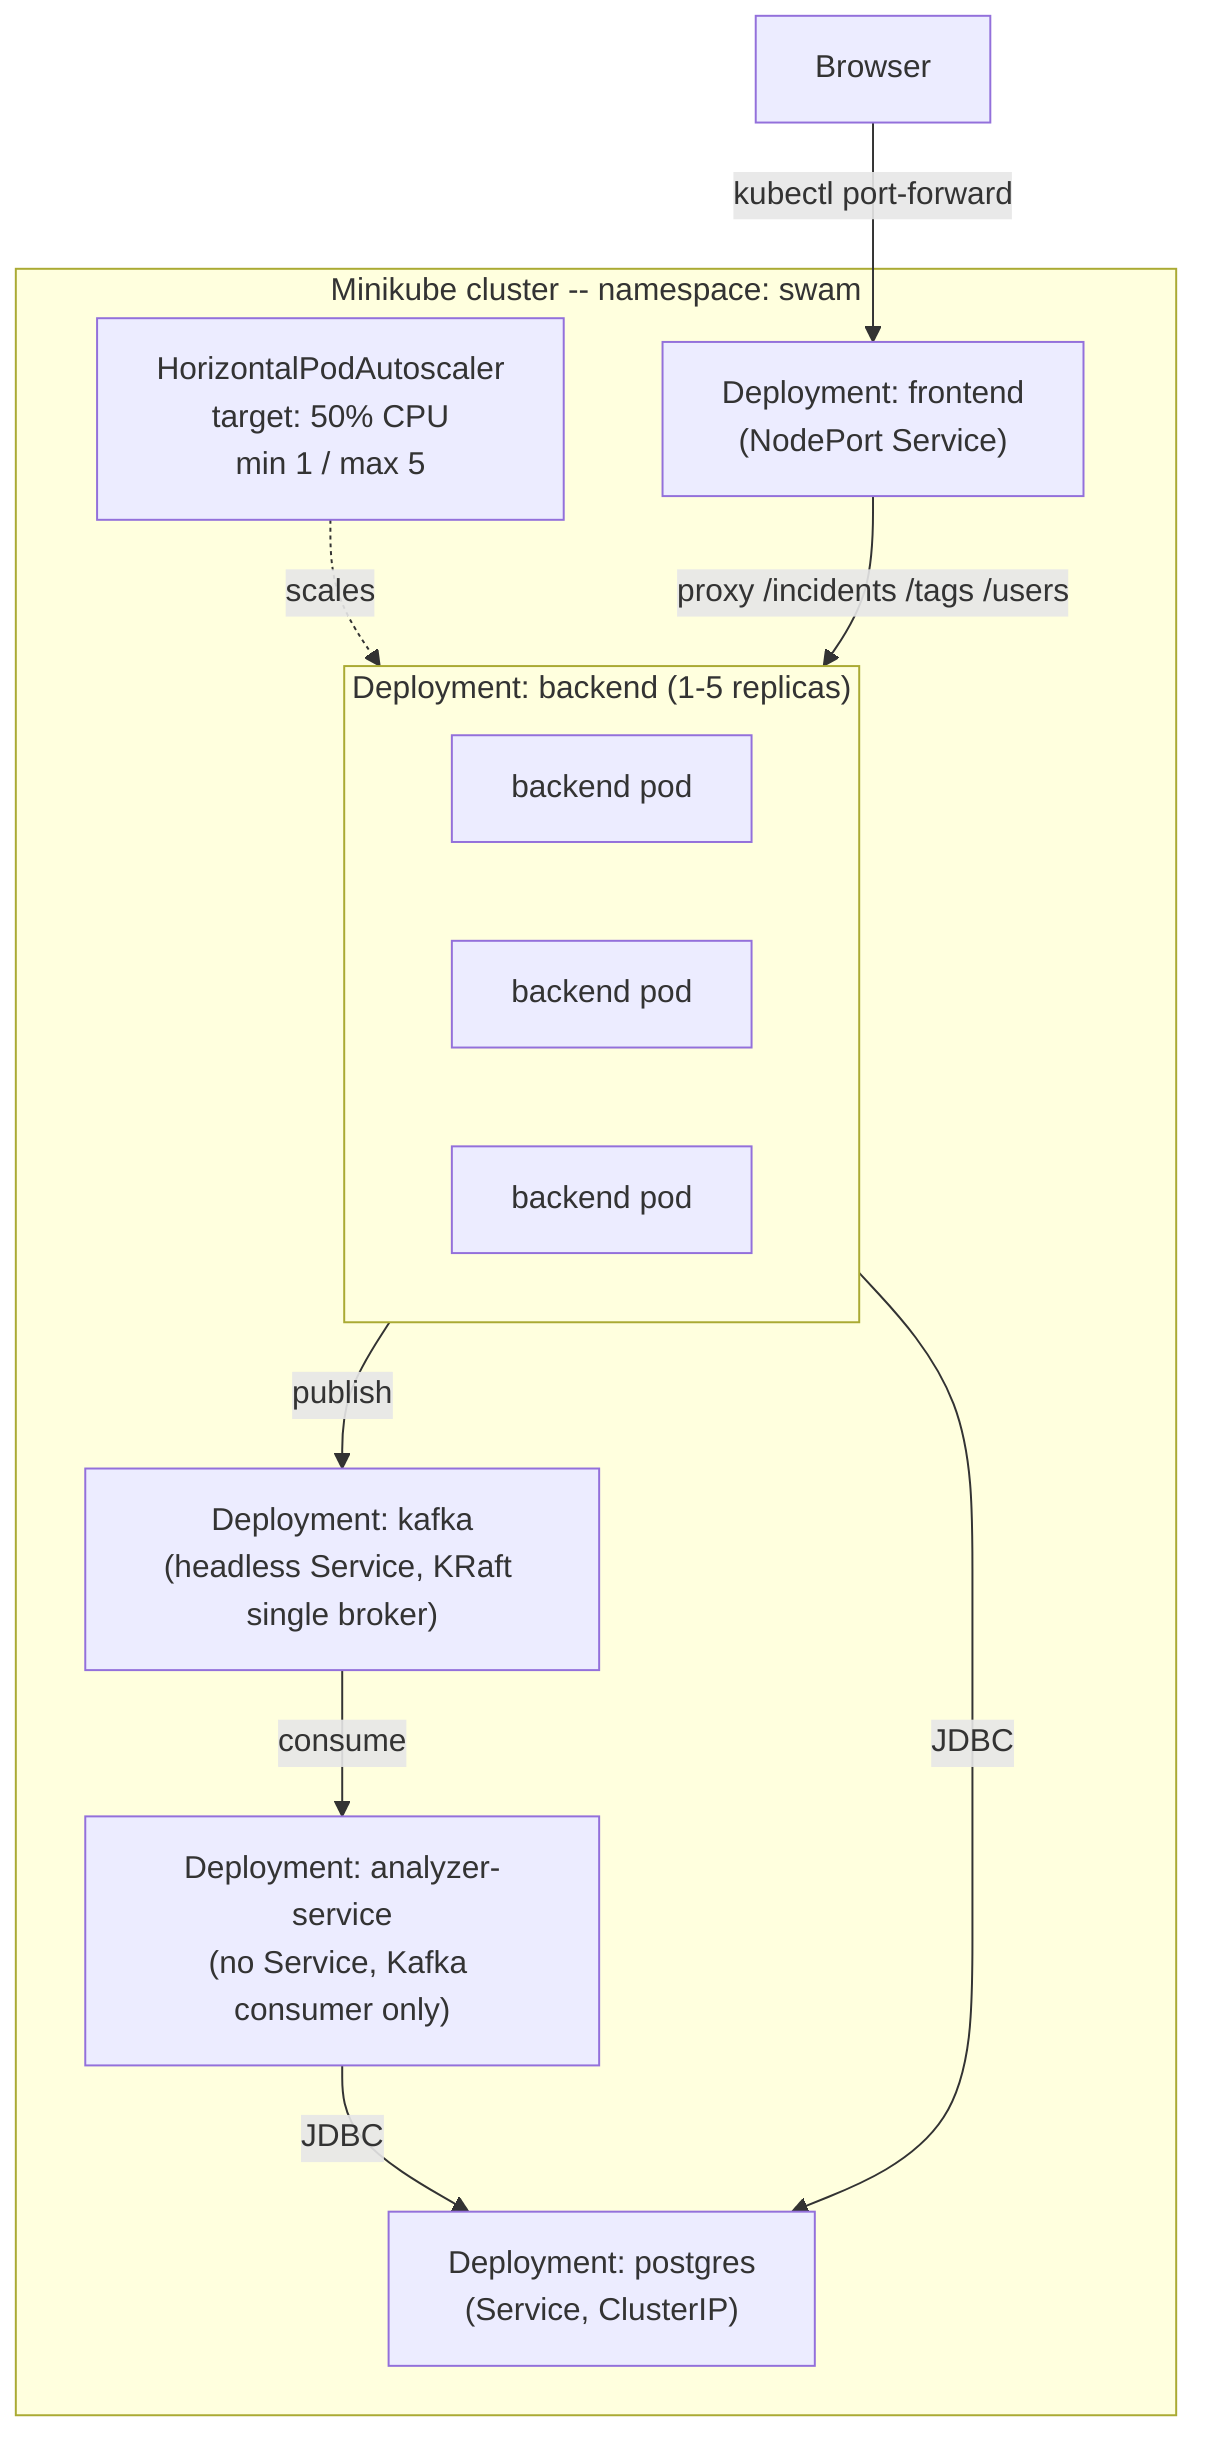
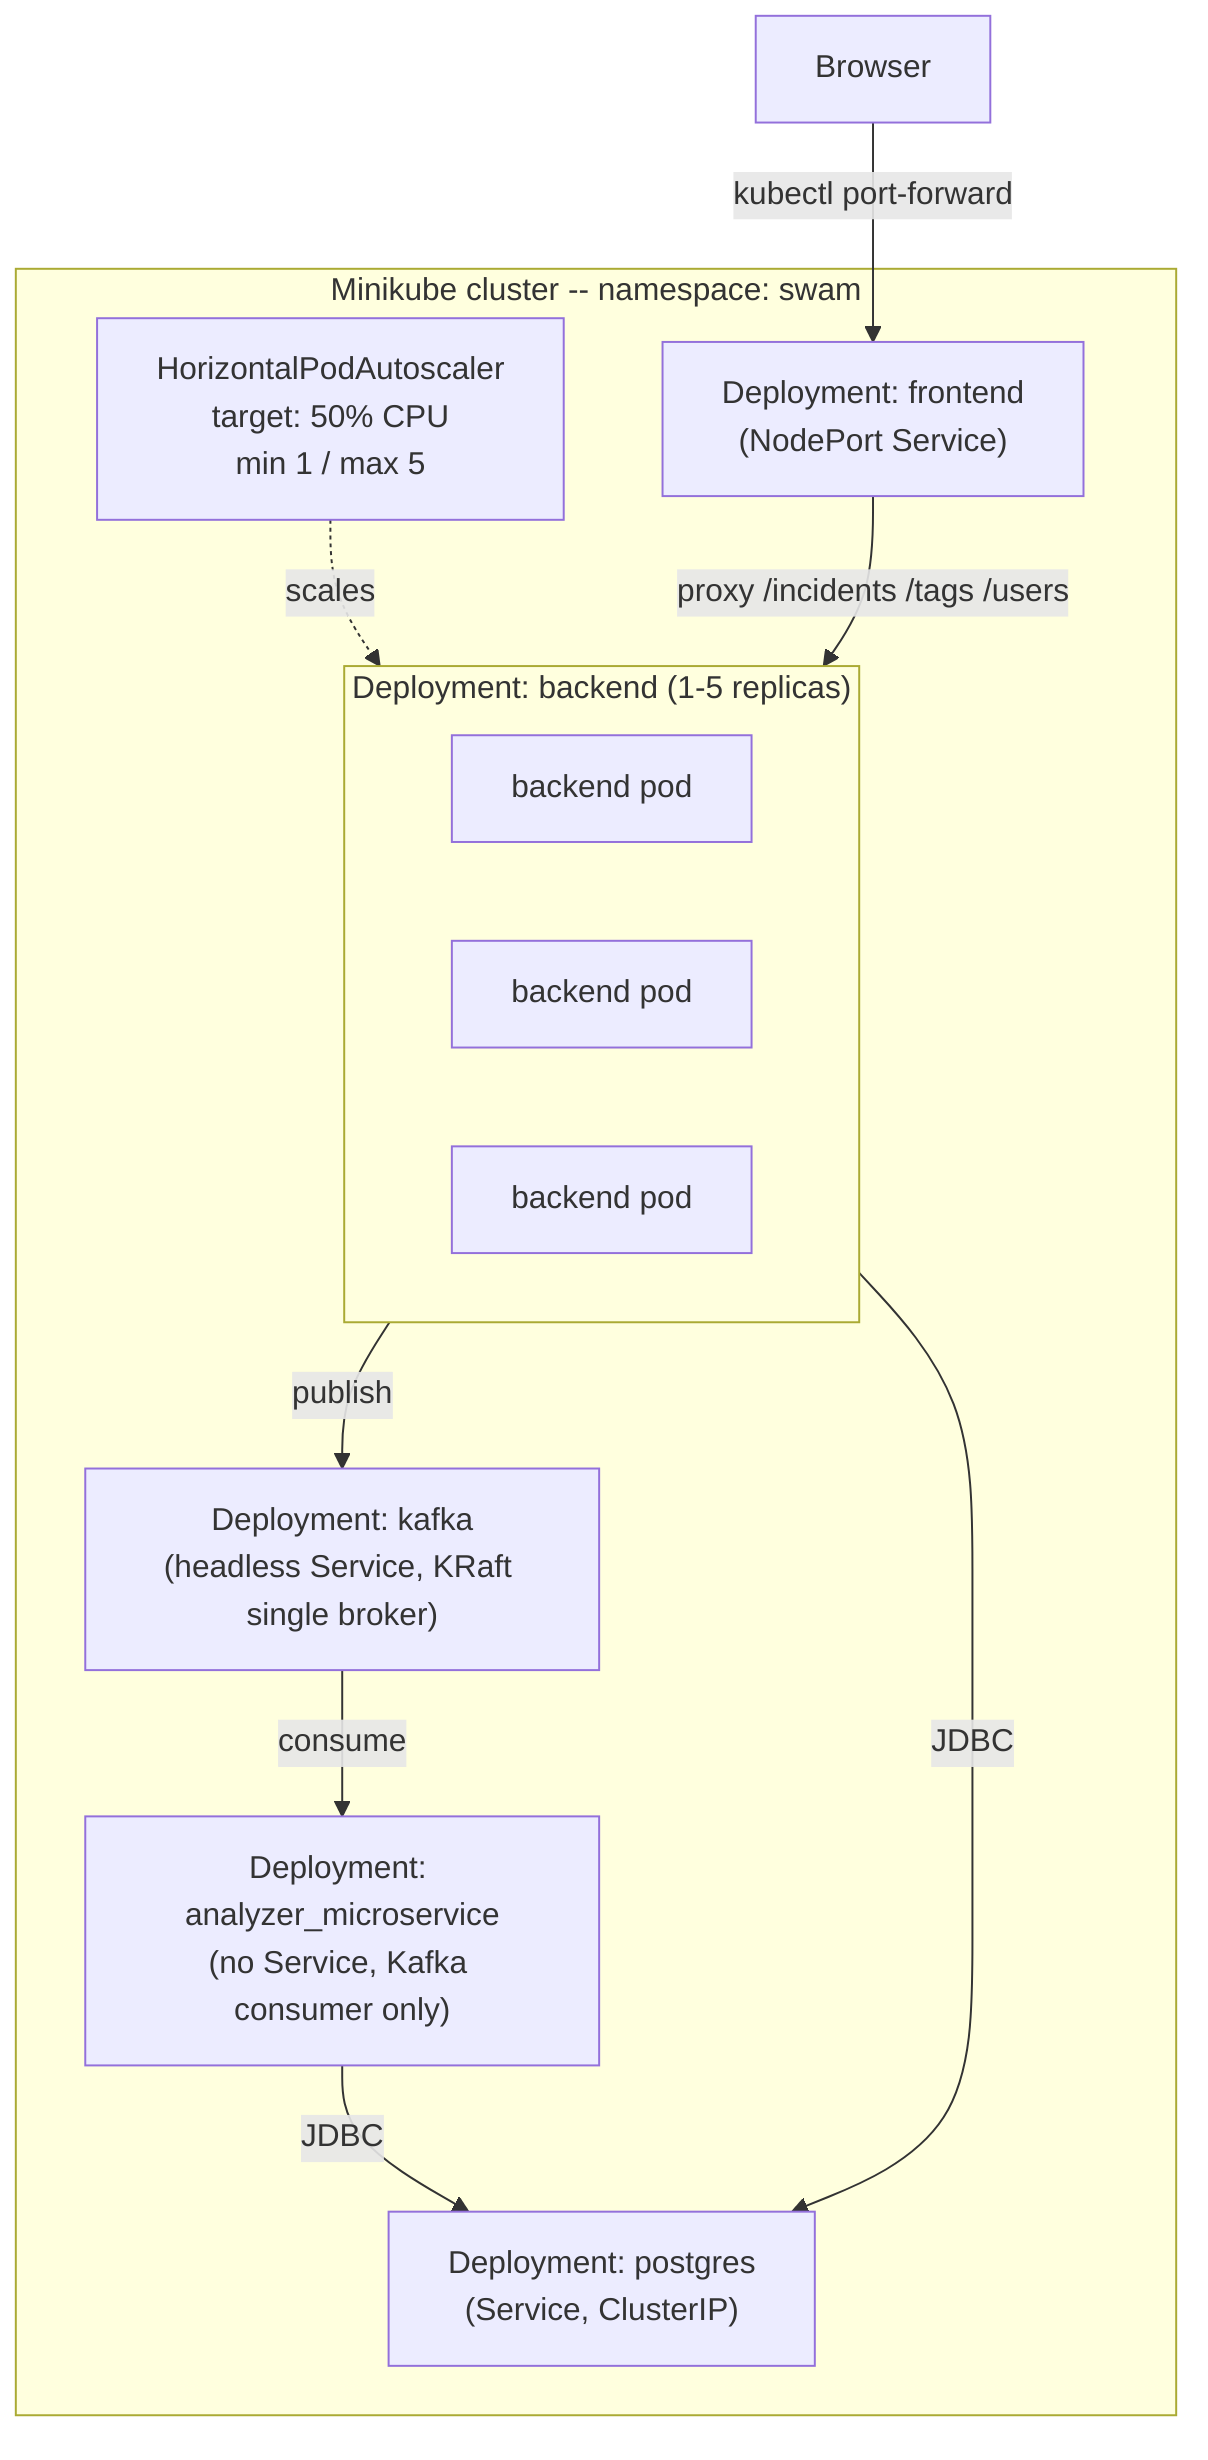
flowchart TB
    subgraph Cluster["Minikube cluster -- namespace: swam"]
        subgraph BackendDeploy["Deployment: backend (1-5 replicas)"]
            B1[backend pod]
            B2[backend pod]
            B3[backend pod]
        end
        HPA["HorizontalPodAutoscaler\ntarget: 50% CPU\nmin 1 / max 5"]
        HPA -.->|scales| BackendDeploy

        FE["Deployment: frontend\n(NodePort Service)"]
-         AN["Deployment: analyzer-service\n(no Service, Kafka consumer only)"]
+         AN["Deployment: analyzer_microservice\n(no Service, Kafka consumer only)"]
        PG["Deployment: postgres\n(Service, ClusterIP)"]
        KF["Deployment: kafka\n(headless Service, KRaft single broker)"]

        FE -->|proxy /incidents /tags /users| BackendDeploy
        BackendDeploy -->|JDBC| PG
        BackendDeploy -->|publish| KF
        KF -->|consume| AN
        AN -->|JDBC| PG
    end

    User[Browser] -->|kubectl port-forward| FE
